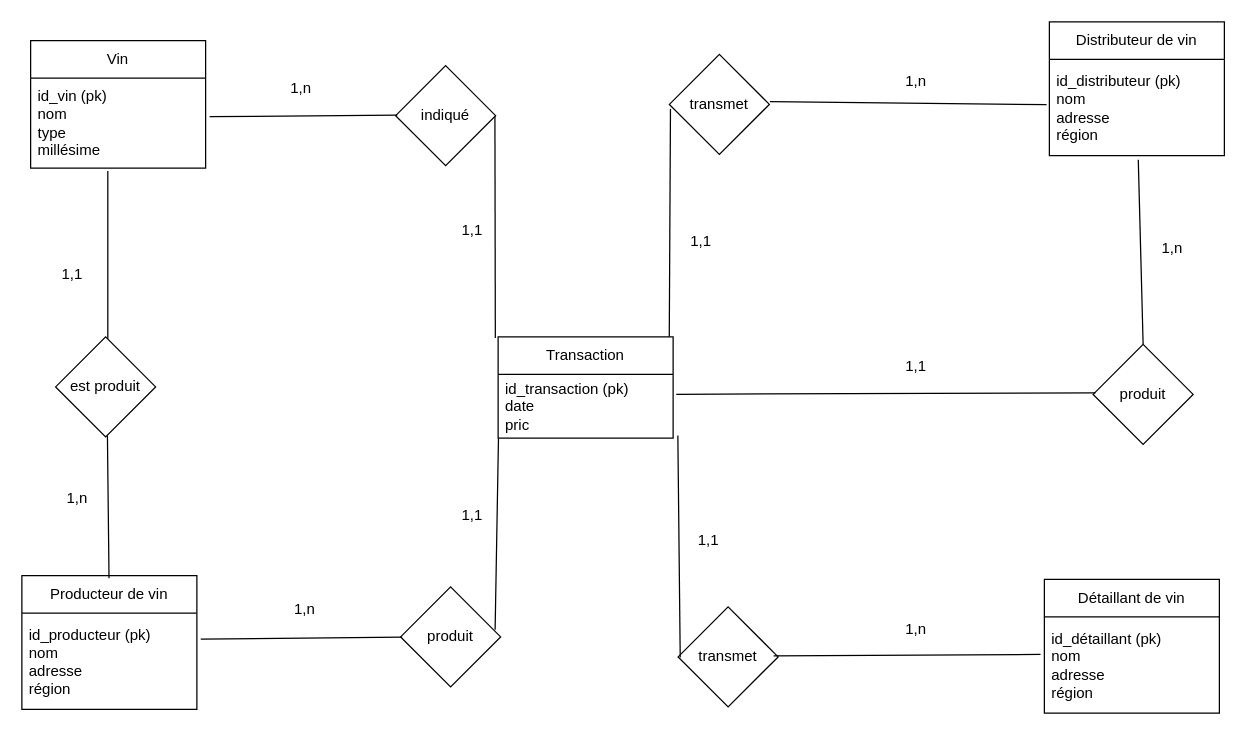
The draw.io diagram doc/Conception.drawio in hamoncode/gestionVinQC, before the edit. Source tidied: cells renumbered, new cells numbered last; positions are measured from the earlier drawing's top-left corner, leaving out a move shared by most shapes. Both pictures are drawn from the tidied source at 125%, with x=0, y=0 at pixel (21, 21).
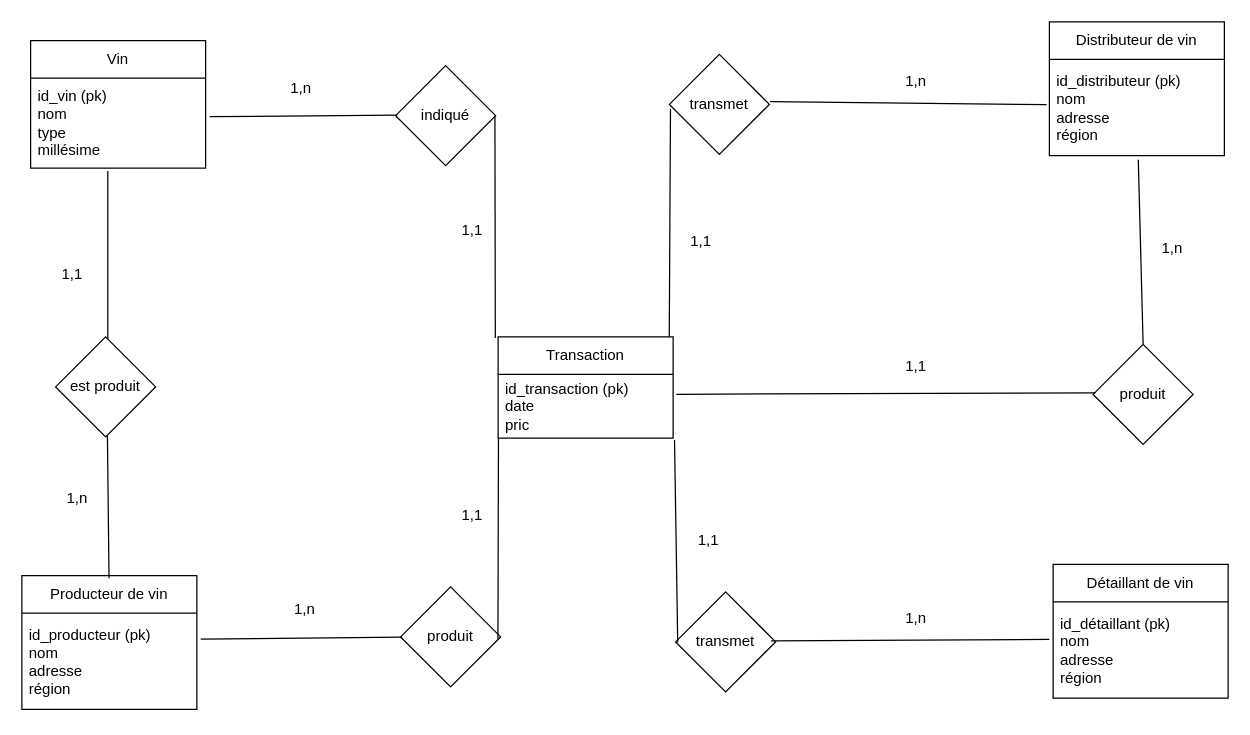
The same diagram, later.

Commit message:
fini conception

The change refers to these unchanged cells:
```xml
<mxCell id="9" value="id_transaction (pk)&lt;br&gt;date&lt;br&gt;pric" style="text;strokeColor=none;fillColor=none;align=left;verticalAlign=middle;spacingLeft=4;spacingRight=4;overflow=hidden;points=[[0,0.5],[1,0.5]];portConstraint=eastwest;whiteSpace=wrap;html=1;" parent="8" vertex="1">
  <mxGeometry y="30" width="140" height="51" as="geometry" />
</mxCell>
<mxCell id="13" value="produit" style="rhombus;whiteSpace=wrap;html=1;" parent="1" vertex="1">
  <mxGeometry x="303" y="452" width="80" height="80" as="geometry" />
</mxCell>
```

Diff of the diagram source:
```diff
@@
     <mxCell id="6" value="Détaillant de vin" style="swimlane;fontStyle=0;horizontal=1;startSize=30;whiteSpace=wrap;html=1;" parent="1" vertex="1">
-      <mxGeometry x="818" y="446" width="140" height="107" as="geometry" />
+      <mxGeometry x="825" y="434" width="140" height="107" as="geometry" />
     </mxCell>
@@
     <mxCell id="15" value="transmet" style="rhombus;whiteSpace=wrap;html=1;" parent="1" vertex="1">
-      <mxGeometry x="525" y="468" width="80" height="80" as="geometry" />
+      <mxGeometry x="523" y="456" width="80" height="80" as="geometry" />
     </mxCell>
@@
-    <mxCell id="19" style="endArrow=none;html=1;exitX=0.945;exitY=0.428;exitDx=0;exitDy=0;exitPerimeter=0;entryX=0.002;entryY=1.006;entryDx=0;entryDy=0;entryPerimeter=0;" parent="1" edge="1" source="13" target="9">
+    <mxCell id="19" style="endArrow=none;html=1;exitX=0.973;exitY=0.524;exitDx=0;exitDy=0;exitPerimeter=0;entryX=0.002;entryY=1.006;entryDx=0;entryDy=0;entryPerimeter=0;" parent="1" edge="1" source="13" target="9">
       <mxGeometry relative="1" as="geometry" />
     </mxCell>
@@
-    <mxCell id="22" style="endArrow=none;html=1;entryX=0.021;entryY=0.506;entryDx=0;entryDy=0;entryPerimeter=0;exitX=1.027;exitY=0.96;exitDx=0;exitDy=0;exitPerimeter=0;" parent="1" edge="1" source="9" target="15">
+    <mxCell id="22" style="endArrow=none;html=1;entryX=0.021;entryY=0.506;entryDx=0;entryDy=0;entryPerimeter=0;exitX=1.008;exitY=1.031;exitDx=0;exitDy=0;exitPerimeter=0;" parent="1" edge="1" source="9" target="15">
       <mxGeometry relative="1" as="geometry" />
     </mxCell>
@@
     <mxCell id="36" value="1,n" style="text;html=1;align=center;verticalAlign=middle;strokeColor=none;fillColor=none;" parent="1" vertex="1">
-      <mxGeometry x="697" y="473" width="35" height="26" as="geometry" />
+      <mxGeometry x="697" y="464" width="35" height="26" as="geometry" />
     </mxCell>
```
